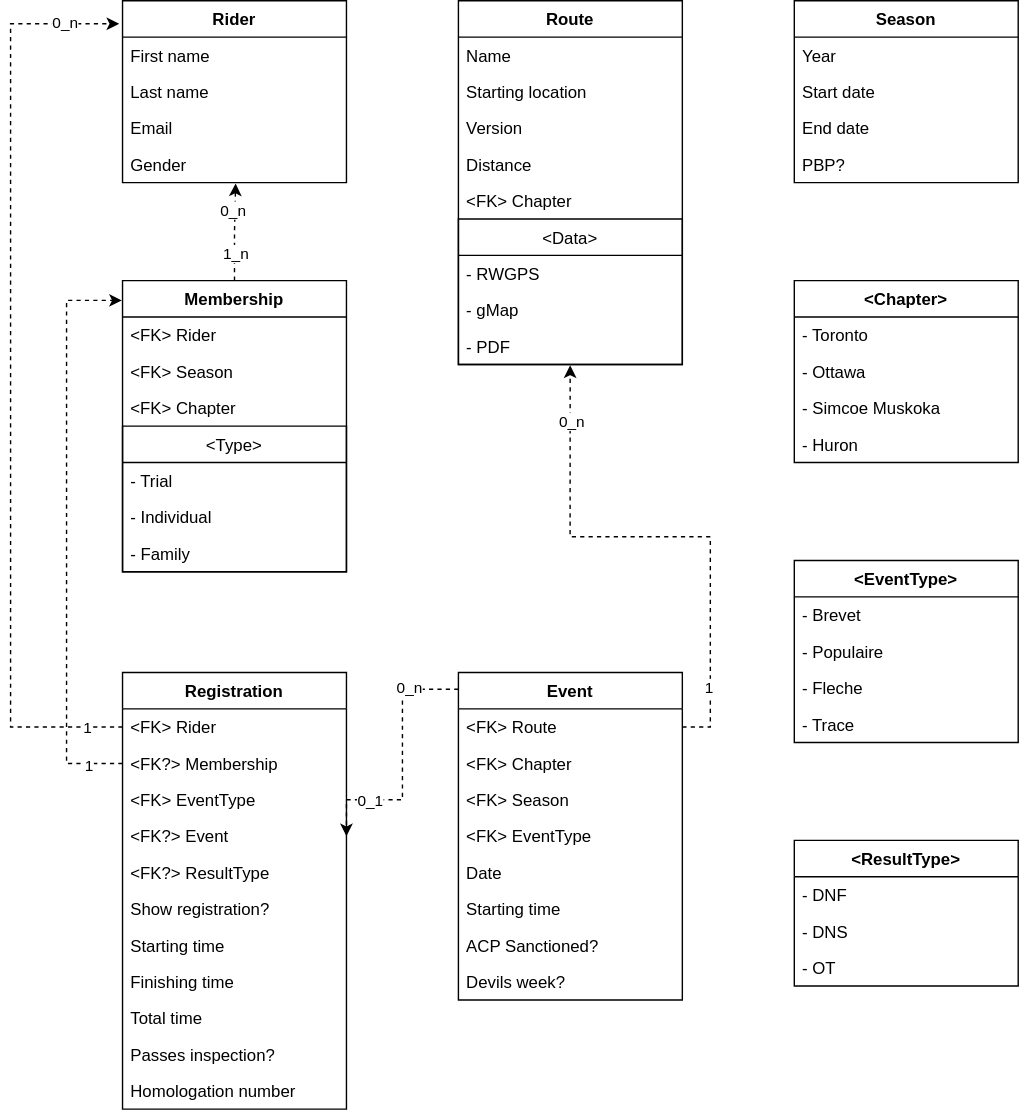
This is docs/database.drawio.svg from emarchak/randonneurs-to, a draw.io export, as it was before one commit. Source tidied: cells renumbered, new cells last; positions are measured from the earlier drawing's top-left corner, leaving out a move shared by most shapes.
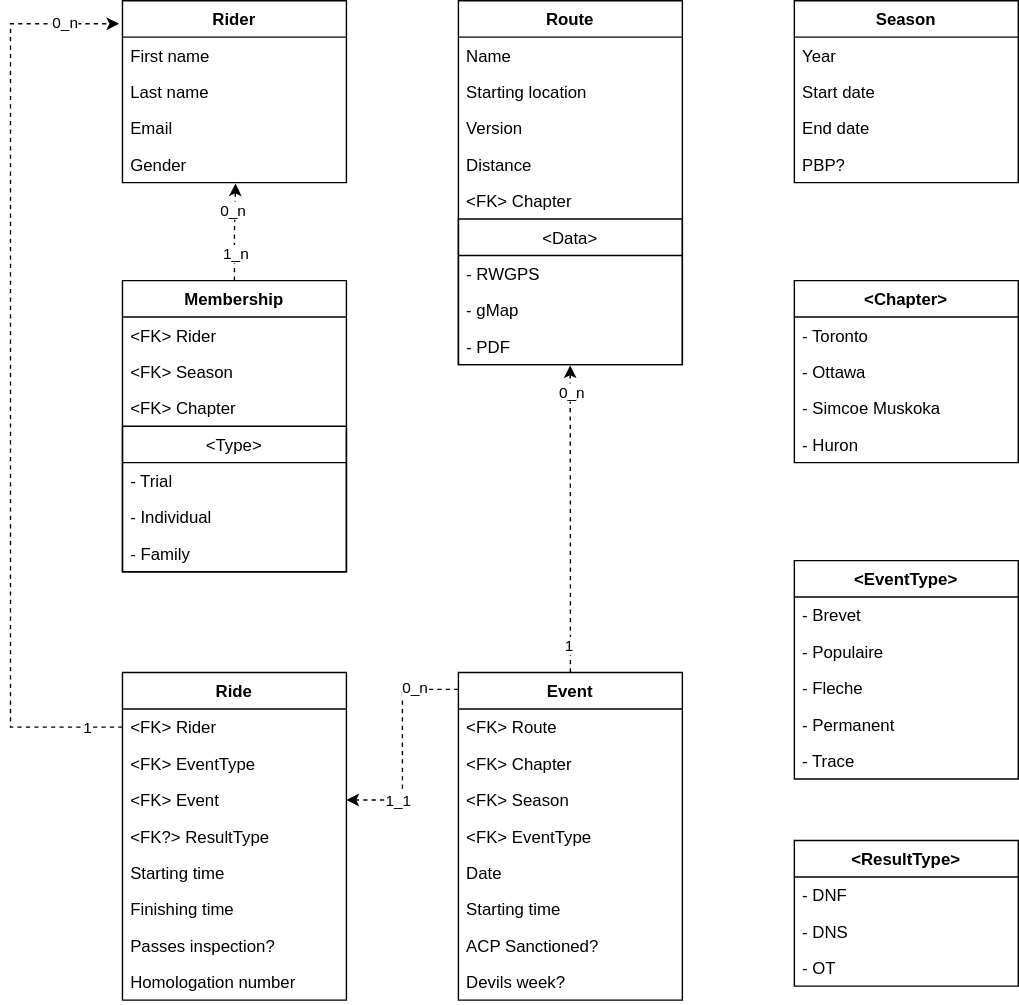
The same diagram one commit later.

Diff of the diagram source:
```diff
@@ -77,53 +77,44 @@
     <mxCell id="26" value="- Huron" style="text;strokeColor=none;fillColor=none;align=left;verticalAlign=top;spacingLeft=4;spacingRight=4;overflow=hidden;" parent="22" vertex="1">
       <mxGeometry y="104" width="160" height="26" as="geometry" />
     </mxCell>
-    <mxCell id="27" value="Registration" style="swimlane;fontStyle=1;horizontal=1;startSize=26;fillColor=none;" parent="1" vertex="1">
-      <mxGeometry x="80" y="480" width="160" height="312" as="geometry" />
+    <mxCell id="27" value="Ride" style="swimlane;fontStyle=1;horizontal=1;startSize=26;fillColor=none;" parent="1" vertex="1">
+      <mxGeometry x="80" y="480" width="160" height="234" as="geometry" />
     </mxCell>
     <mxCell id="28" value="&lt;FK&gt; Rider" style="text;strokeColor=none;fillColor=none;align=left;verticalAlign=top;spacingLeft=4;spacingRight=4;overflow=hidden;points=[[0,0.5],[1,0.5]];portConstraint=eastwest;" parent="27" vertex="1">
       <mxGeometry y="26" width="160" height="26" as="geometry" />
     </mxCell>
-    <mxCell id="29" value="&lt;FK?&gt; Membership" style="text;strokeColor=none;fillColor=none;align=left;verticalAlign=top;spacingLeft=4;spacingRight=4;overflow=hidden;points=[[0,0.5],[1,0.5]];portConstraint=eastwest;" parent="27" vertex="1">
-      <mxGeometry y="52" width="160" height="26" as="geometry" />
-    </mxCell>
     <mxCell id="30" value="&lt;FK&gt; EventType" style="text;strokeColor=none;fillColor=none;align=left;verticalAlign=top;spacingLeft=4;spacingRight=4;overflow=hidden;" parent="27" vertex="1">
-      <mxGeometry y="78" width="160" height="26" as="geometry" />
+      <mxGeometry y="52" width="160" height="26" as="geometry" />
     </mxCell>
-    <mxCell id="31" value="&lt;FK?&gt; Event" style="text;strokeColor=none;fillColor=none;align=left;verticalAlign=top;spacingLeft=4;spacingRight=4;overflow=hidden;points=[[0,0.5],[1,0.5]];portConstraint=eastwest;" parent="27" vertex="1">
-      <mxGeometry y="104" width="160" height="26" as="geometry" />
+    <mxCell id="31" value="&lt;FK&gt; Event" style="text;strokeColor=none;fillColor=none;align=left;verticalAlign=top;spacingLeft=4;spacingRight=4;overflow=hidden;points=[[0,0.5],[1,0.5]];portConstraint=eastwest;" parent="27" vertex="1">
+      <mxGeometry y="78" width="160" height="26" as="geometry" />
     </mxCell>
     <mxCell id="32" value="&lt;FK?&gt; ResultType" style="text;strokeColor=none;fillColor=none;align=left;verticalAlign=top;spacingLeft=4;spacingRight=4;overflow=hidden;" parent="27" vertex="1">
-      <mxGeometry y="130" width="160" height="26" as="geometry" />
+      <mxGeometry y="104" width="160" height="26" as="geometry" />
     </mxCell>
-    <mxCell id="33" value="Show registration?" style="text;strokeColor=none;fillColor=none;align=left;verticalAlign=top;spacingLeft=4;spacingRight=4;overflow=hidden;" parent="27" vertex="1">
-      <mxGeometry y="156" width="160" height="26" as="geometry" />
-    </mxCell>
     <mxCell id="34" value="Starting time" style="text;strokeColor=none;fillColor=none;align=left;verticalAlign=top;spacingLeft=4;spacingRight=4;overflow=hidden;" parent="27" vertex="1">
-      <mxGeometry y="182" width="160" height="26" as="geometry" />
+      <mxGeometry y="130" width="160" height="26" as="geometry" />
     </mxCell>
     <mxCell id="35" value="Finishing time" style="text;strokeColor=none;fillColor=none;align=left;verticalAlign=top;spacingLeft=4;spacingRight=4;overflow=hidden;" parent="27" vertex="1">
-      <mxGeometry y="208" width="160" height="26" as="geometry" />
+      <mxGeometry y="156" width="160" height="26" as="geometry" />
     </mxCell>
-    <mxCell id="36" value="Total time" style="text;strokeColor=none;fillColor=none;align=left;verticalAlign=top;spacingLeft=4;spacingRight=4;overflow=hidden;" parent="27" vertex="1">
-      <mxGeometry y="234" width="160" height="26" as="geometry" />
-    </mxCell>
     <mxCell id="37" value="Passes inspection?" style="text;strokeColor=none;fillColor=none;align=left;verticalAlign=top;spacingLeft=4;spacingRight=4;overflow=hidden;" parent="27" vertex="1">
-      <mxGeometry y="260" width="160" height="26" as="geometry" />
+      <mxGeometry y="182" width="160" height="26" as="geometry" />
     </mxCell>
     <mxCell id="38" value="Homologation number" style="text;strokeColor=none;fillColor=none;align=left;verticalAlign=top;spacingLeft=4;spacingRight=4;overflow=hidden;" parent="27" vertex="1">
-      <mxGeometry y="286" width="160" height="26" as="geometry" />
+      <mxGeometry y="208" width="160" height="26" as="geometry" />
     </mxCell>
-    <mxCell id="39" style="edgeStyle=orthogonalEdgeStyle;rounded=0;jettySize=auto;html=1;exitX=1;exitY=0.5;exitDx=0;exitDy=0;entryX=0.499;entryY=1.022;entryDx=0;entryDy=0;entryPerimeter=0;dashed=1;" parent="1" edge="1" source="43" target="21">
+    <mxCell id="39" style="edgeStyle=orthogonalEdgeStyle;rounded=0;jettySize=auto;html=1;exitX=0.5;exitY=0;exitDx=0;exitDy=0;entryX=0.499;entryY=1.022;entryDx=0;entryDy=0;entryPerimeter=0;dashed=1;" parent="1" edge="1" source="42" target="21">
       <mxGeometry relative="1" as="geometry" />
     </mxCell>
     <mxCell id="40" value="0_n" style="edgeLabel;html=1;align=center;verticalAlign=middle;" parent="39" vertex="1">
       <mxGeometry x="0.52" y="-1" relative="1" as="geometry">
-        <mxPoint y="-51.2" as="offset" />
+        <mxPoint y="-33.3" as="offset" />
       </mxGeometry>
     </mxCell>
     <mxCell id="41" value="1" style="edgeLabel;html=1;align=center;verticalAlign=middle;" parent="39" vertex="1">
       <mxGeometry x="-0.39" y="2" relative="1" as="geometry">
-        <mxPoint y="66.2" as="offset" />
+        <mxPoint y="47" as="offset" />
       </mxGeometry>
     </mxCell>
     <mxCell id="42" value="Event" style="swimlane;fontStyle=1;horizontal=1;startSize=26;fillColor=none;" parent="1" vertex="1">
@@ -195,7 +186,7 @@
         </Array>
       </mxGeometry>
     </mxCell>
-    <mxCell id="63" value="0_1" style="edgeLabel;html=1;align=center;verticalAlign=middle;" parent="62" vertex="1">
+    <mxCell id="63" value="1_1" style="edgeLabel;html=1;align=center;verticalAlign=middle;" parent="62" vertex="1">
       <mxGeometry x="0.58" y="4" relative="1" as="geometry">
         <mxPoint x="3.7" y="-4" as="offset" />
       </mxGeometry>
@@ -221,21 +212,8 @@
         <mxPoint x="-1" as="offset" />
       </mxGeometry>
     </mxCell>
-    <mxCell id="68" style="edgeStyle=orthogonalEdgeStyle;rounded=0;jettySize=auto;html=1;exitX=0;exitY=0.5;exitDx=0;exitDy=0;entryX=-0.003;entryY=0.068;entryDx=0;entryDy=0;entryPerimeter=0;dashed=1;" parent="1" edge="1" source="29" target="54">
-      <mxGeometry relative="1" as="geometry">
-        <Array as="points">
-          <mxPoint x="40" y="545" />
-          <mxPoint x="40" y="214" />
-        </Array>
-      </mxGeometry>
-    </mxCell>
-    <mxCell id="69" value="1" style="edgeLabel;html=1;align=center;verticalAlign=middle;" parent="68" vertex="1">
-      <mxGeometry x="-0.88" y="1" relative="1" as="geometry">
-        <mxPoint x="-1" as="offset" />
-      </mxGeometry>
-    </mxCell>
     <mxCell id="70" value="&lt;EventType&gt;" style="swimlane;fontStyle=1;horizontal=1;startSize=26;fillColor=none;" parent="1" vertex="1">
-      <mxGeometry x="560" y="400" width="160" height="130" as="geometry" />
+      <mxGeometry x="560" y="400" width="160" height="156" as="geometry" />
     </mxCell>
     <mxCell id="71" value="- Brevet" style="text;strokeColor=none;fillColor=none;align=left;verticalAlign=top;spacingLeft=4;spacingRight=4;overflow=hidden;" parent="70" vertex="1">
       <mxGeometry y="26" width="160" height="26" as="geometry" />
@@ -246,8 +224,11 @@
     <mxCell id="73" value="- Fleche" style="text;strokeColor=none;fillColor=none;align=left;verticalAlign=top;spacingLeft=4;spacingRight=4;overflow=hidden;" parent="70" vertex="1">
       <mxGeometry y="78" width="160" height="26" as="geometry" />
     </mxCell>
+    <mxCell id="79" value="- Permanent" style="text;strokeColor=none;fillColor=none;align=left;verticalAlign=top;spacingLeft=4;spacingRight=4;overflow=hidden;" parent="70" vertex="1">
+      <mxGeometry y="104" width="160" height="26" as="geometry" />
+    </mxCell>
     <mxCell id="74" value="- Trace" style="text;strokeColor=none;fillColor=none;align=left;verticalAlign=top;spacingLeft=4;spacingRight=4;overflow=hidden;" parent="70" vertex="1">
-      <mxGeometry y="104" width="160" height="26" as="geometry" />
+      <mxGeometry y="130" width="160" height="26" as="geometry" />
     </mxCell>
     <mxCell id="75" value="&lt;ResultType&gt;" style="swimlane;fontStyle=1;horizontal=1;startSize=26;fillColor=none;" parent="1" vertex="1">
       <mxGeometry x="560" y="600" width="160" height="104" as="geometry" />
```
